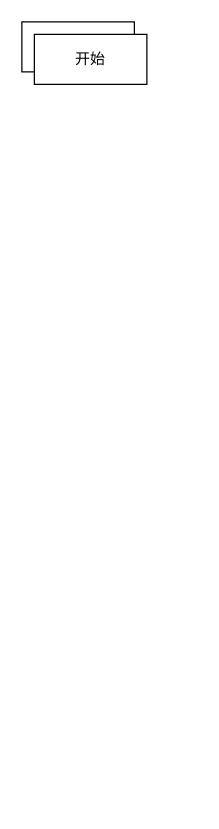
Earlier version of the draw.io diagram 开发设计流程.drawio (MK-Adam-WT/Drawing). Source tidied: cells renumbered, new cells numbered last; positions are measured from the earlier drawing's top-left corner, leaving out a move shared by most shapes. Both pictures are drawn from the tidied source at 125%, with x=0, y=0 at pixel (21, 21).
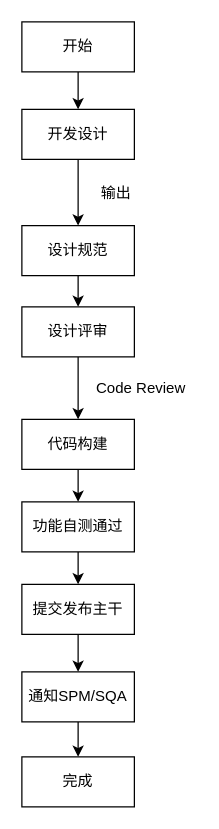
The same diagram, later.

Commit message (it also covers changes not shown here):
更新开发设计流程.drawio

The change refers to these unchanged cells:
```xml
<mxCell id="2" value="开始" style="rounded=0;whiteSpace=wrap;html=1;" parent="1" vertex="1">
  <mxGeometry width="90" height="40" as="geometry" />
</mxCell>
```

What changed in the source:
```diff
@@
+    <mxCell id="4" style="edgeStyle=orthogonalEdgeStyle;rounded=0;jettySize=auto;html=1;exitX=0.5;exitY=1;exitDx=0;exitDy=0;entryX=0.5;entryY=0;entryDx=0;entryDy=0;" parent="1" edge="1" source="2" target="3">
+      <mxGeometry relative="1" as="geometry" />
+    </mxCell>
@@
+    <mxCell id="5" style="edgeStyle=orthogonalEdgeStyle;rounded=0;jettySize=auto;html=1;exitX=0.5;exitY=1;exitDx=0;exitDy=0;entryX=0.5;entryY=0;entryDx=0;entryDy=0;" parent="1" edge="1" source="3" target="7">
+      <mxGeometry relative="1" as="geometry" />
+    </mxCell>
-    <mxCell id="3" value="开始" style="rounded=0;whiteSpace=wrap;html=1;" parent="1" vertex="1">
-      <mxGeometry x="10" y="10" width="90" height="40" as="geometry" />
+    <mxCell id="3" value="开发设计" style="rounded=0;whiteSpace=wrap;html=1;" parent="1" vertex="1">
+      <mxGeometry y="70" width="90" height="40" as="geometry" />
     </mxCell>
+    <mxCell id="6" style="edgeStyle=orthogonalEdgeStyle;rounded=0;jettySize=auto;html=1;entryX=0.5;entryY=0;entryDx=0;entryDy=0;" parent="1" edge="1" source="7" target="9">
+      <mxGeometry relative="1" as="geometry" />
+    </mxCell>
+    <mxCell id="7" value="设计规范" style="rounded=0;whiteSpace=wrap;html=1;" parent="1" vertex="1">
+      <mxGeometry y="163" width="90" height="40" as="geometry" />
+    </mxCell>
+    <mxCell id="8" style="edgeStyle=orthogonalEdgeStyle;rounded=0;jettySize=auto;html=1;exitX=0.5;exitY=1;exitDx=0;exitDy=0;" parent="1" edge="1" source="9" target="11">
+      <mxGeometry relative="1" as="geometry" />
+    </mxCell>
+    <mxCell id="9" value="设计评审" style="rounded=0;whiteSpace=wrap;html=1;" parent="1" vertex="1">
+      <mxGeometry y="228" width="90" height="40" as="geometry" />
+    </mxCell>
+    <mxCell id="10" style="edgeStyle=orthogonalEdgeStyle;rounded=0;jettySize=auto;html=1;exitX=0.5;exitY=1;exitDx=0;exitDy=0;entryX=0.5;entryY=0;entryDx=0;entryDy=0;" parent="1" edge="1" source="11" target="15">
+      <mxGeometry relative="1" as="geometry" />
+    </mxCell>
+    <mxCell id="11" value="代码构建" style="rounded=0;whiteSpace=wrap;html=1;" parent="1" vertex="1">
+      <mxGeometry y="318" width="90" height="40" as="geometry" />
+    </mxCell>
+    <mxCell id="12" value="输出" style="text;html=1;align=center;verticalAlign=middle;strokeColor=none;fillColor=none;" parent="1" vertex="1">
+      <mxGeometry x="50" y="122" width="50" height="30" as="geometry" />
+    </mxCell>
+    <mxCell id="13" value="Code Review" style="text;html=1;align=center;verticalAlign=middle;strokeColor=none;fillColor=none;" parent="1" vertex="1">
+      <mxGeometry x="50" y="278" width="90" height="30" as="geometry" />
+    </mxCell>
+    <mxCell id="14" style="edgeStyle=orthogonalEdgeStyle;rounded=0;jettySize=auto;html=1;exitX=0.5;exitY=1;exitDx=0;exitDy=0;entryX=0.5;entryY=0;entryDx=0;entryDy=0;" parent="1" edge="1" source="15" target="17">
+      <mxGeometry relative="1" as="geometry" />
+    </mxCell>
+    <mxCell id="15" value="功能自测通过" style="rounded=0;whiteSpace=wrap;html=1;" parent="1" vertex="1">
+      <mxGeometry y="384" width="90" height="40" as="geometry" />
+    </mxCell>
+    <mxCell id="16" style="edgeStyle=orthogonalEdgeStyle;rounded=0;jettySize=auto;html=1;exitX=0.5;exitY=1;exitDx=0;exitDy=0;entryX=0.5;entryY=0;entryDx=0;entryDy=0;" parent="1" edge="1" source="17" target="19">
+      <mxGeometry relative="1" as="geometry" />
+    </mxCell>
+    <mxCell id="17" value="提交发布主干" style="rounded=0;whiteSpace=wrap;html=1;" parent="1" vertex="1">
+      <mxGeometry y="450" width="90" height="40" as="geometry" />
+    </mxCell>
+    <mxCell id="18" style="edgeStyle=orthogonalEdgeStyle;rounded=0;jettySize=auto;html=1;exitX=0.5;exitY=1;exitDx=0;exitDy=0;entryX=0.5;entryY=0;entryDx=0;entryDy=0;" parent="1" edge="1" source="19" target="21">
+      <mxGeometry relative="1" as="geometry" />
+    </mxCell>
+    <mxCell id="19" value="通知SPM/SQA" style="rounded=0;whiteSpace=wrap;html=1;" parent="1" vertex="1">
+      <mxGeometry y="520" width="90" height="40" as="geometry" />
+    </mxCell>
+    <mxCell id="20" style="edgeStyle=orthogonalEdgeStyle;rounded=0;orthogonalLoop=1;jettySize=auto;html=1;exitX=0.5;exitY=1;exitDx=0;exitDy=0;" parent="1" edge="1" source="19" target="19">
+      <mxGeometry relative="1" as="geometry" />
+    </mxCell>
+    <mxCell id="21" value="完成" style="rounded=0;whiteSpace=wrap;html=1;" parent="1" vertex="1">
+      <mxGeometry y="588" width="90" height="40" as="geometry" />
+    </mxCell>
```
